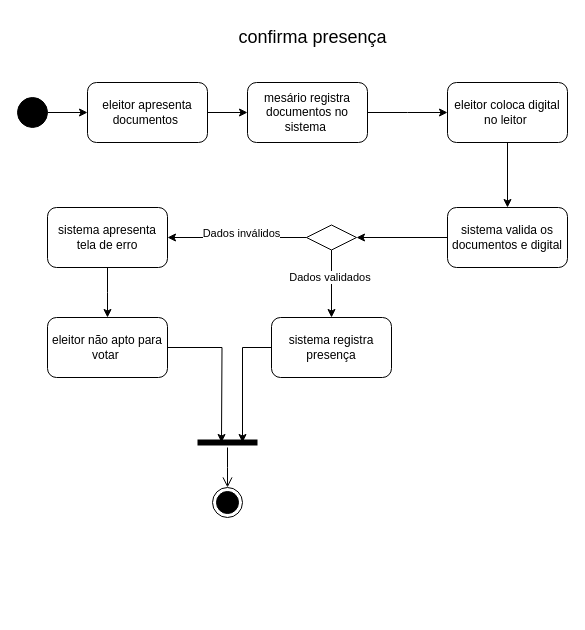
The draw.io diagram Diagrama de Atividade/atividades_ConfirmaPresença.drawio in Cabral100/Projeto_Votacao_Eletronica, before the edit. Source tidied: cells renumbered, new cells numbered last; positions are measured from the earlier drawing's top-left corner, leaving out a move shared by most shapes. Both pictures are drawn from the tidied source at 100%, with x=0, y=0 at pixel (17, 17).
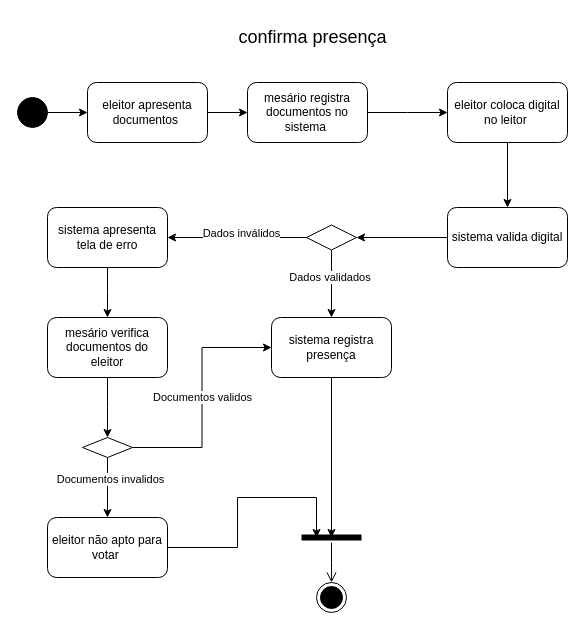
Above is the later version.

Commit message (it also covers changes not shown here):
atualizando o diagrama de atividades

The change refers to these unchanged cells:
```xml
<mxCell id="21" value="sistema registra presença" style="rounded=1;whiteSpace=wrap;html=1;" parent="1" vertex="1">
  <mxGeometry x="254" y="300" width="120" height="60" as="geometry" />
</mxCell>
```

Diff of the diagram source:
```diff
@@
-    <mxCell id="12" value="sistema valida os documentos e digital" style="rounded=1;whiteSpace=wrap;html=1;" parent="1" vertex="1">
+    <mxCell id="12" value="sistema valida digital" style="rounded=1;whiteSpace=wrap;html=1;" parent="1" vertex="1">
       <mxGeometry x="430" y="190" width="120" height="60" as="geometry" />
     </mxCell>
@@
     <mxCell id="20" value="eleitor não apto para votar&amp;nbsp;" style="rounded=1;whiteSpace=wrap;html=1;" parent="1" vertex="1">
-      <mxGeometry x="30" y="300" width="120" height="60" as="geometry" />
+      <mxGeometry x="30" y="500" width="120" height="60" as="geometry" />
     </mxCell>
@@
     <mxCell id="22" style="shape=line;html=1;strokeWidth=6;strokeColor=#000000;" parent="1" vertex="1">
-      <mxGeometry x="180" y="420" width="60" height="10" as="geometry" />
+      <mxGeometry x="284" y="515" width="60" height="10" as="geometry" />
     </mxCell>
     <mxCell id="23" style="edgeStyle=orthogonalEdgeStyle;html=1;verticalAlign=bottom;endArrow=open;endSize=8;strokeColor=#000000;rounded=0;" parent="1" edge="1" source="22">
       <mxGeometry relative="1" as="geometry">
-        <mxPoint x="210" y="470" as="targetPoint" />
+        <mxPoint x="314" y="565" as="targetPoint" />
       </mxGeometry>
     </mxCell>
-    <mxCell id="24" style="edgeStyle=orthogonalEdgeStyle;rounded=0;jettySize=auto;html=1;" parent="1" edge="1" source="20">
-      <mxGeometry relative="1" as="geometry">
-        <mxPoint x="204" y="425" as="targetPoint" />
-      </mxGeometry>
-    </mxCell>
+    <mxCell id="26" style="ellipse;html=1;shape=endState;fillColor=strokeColor;" parent="1" vertex="1">
+      <mxGeometry x="299" y="565" width="30" height="30" as="geometry" />
+    </mxCell>
+    <mxCell id="27" style="edgeStyle=orthogonalEdgeStyle;rounded=0;jettySize=auto;html=1;" parent="1" edge="1" source="28">
+      <mxGeometry relative="1" as="geometry">
+        <mxPoint x="90" y="420" as="targetPoint" />
+      </mxGeometry>
+    </mxCell>
+    <mxCell id="28" value="mesário verifica documentos do eleitor" style="rounded=1;whiteSpace=wrap;html=1;" parent="1" vertex="1">
+      <mxGeometry x="30" y="300" width="120" height="60" as="geometry" />
+    </mxCell>
+    <mxCell id="29" style="edgeStyle=orthogonalEdgeStyle;rounded=0;jettySize=auto;html=1;" parent="1" edge="1" source="32">
+      <mxGeometry relative="1" as="geometry">
+        <mxPoint x="90" y="500" as="targetPoint" />
+      </mxGeometry>
+    </mxCell>
+    <mxCell id="30" value="Documentos invalidos" style="edgeLabel;html=1;align=center;verticalAlign=middle;" parent="29" vertex="1">
+      <mxGeometry x="-0.3" y="2" relative="1" as="geometry" />
+    </mxCell>
+    <mxCell id="31" value="Documentos validos" style="edgeStyle=orthogonalEdgeStyle;rounded=0;jettySize=auto;html=1;entryX=0;entryY=0.5;entryDx=0;entryDy=0;" parent="1" edge="1" source="32" target="21">
+      <mxGeometry relative="1" as="geometry" />
+    </mxCell>
+    <mxCell id="32" style="rhombus;whiteSpace=wrap;html=1;" parent="1" vertex="1">
+      <mxGeometry x="65" y="420" width="50" height="20" as="geometry" />
+    </mxCell>
-    <mxCell id="25" style="edgeStyle=orthogonalEdgeStyle;rounded=0;jettySize=auto;html=1;entryX=0.75;entryY=0.5;entryDx=0;entryDy=0;entryPerimeter=0;" parent="1" edge="1" source="21" target="22">
+    <mxCell id="25" style="edgeStyle=orthogonalEdgeStyle;rounded=0;jettySize=auto;html=1;entryX=0.5;entryY=0.5;entryDx=0;entryDy=0;entryPerimeter=0;" parent="1" edge="1" source="21" target="22">
       <mxGeometry relative="1" as="geometry" />
     </mxCell>
-    <mxCell id="26" style="ellipse;html=1;shape=endState;fillColor=strokeColor;" parent="1" vertex="1">
-      <mxGeometry x="195" y="470" width="30" height="30" as="geometry" />
-    </mxCell>
+    <mxCell id="33" style="edgeStyle=orthogonalEdgeStyle;rounded=0;jettySize=auto;html=1;entryX=0.25;entryY=0.5;entryDx=0;entryDy=0;entryPerimeter=0;" parent="1" edge="1" source="20" target="22">
+      <mxGeometry relative="1" as="geometry">
+        <Array as="points">
+          <mxPoint x="220" y="530" />
+          <mxPoint x="220" y="480" />
+          <mxPoint x="299" y="480" />
+        </Array>
+      </mxGeometry>
+    </mxCell>
```
